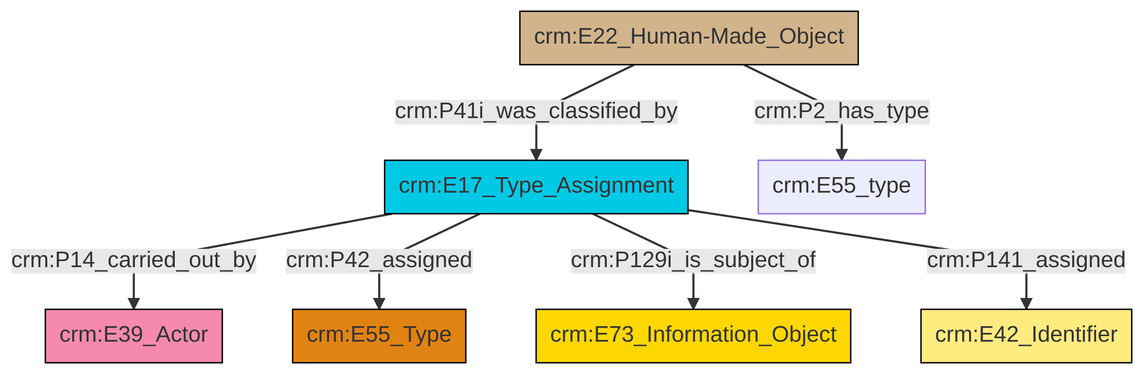
Before: et/builtWorkCSV/ttl/mmd/png/Built_Work_designation_status.png, a diagram exported from Mermaid (swiss-art-research-net/reference-data-models). Its source is kept beside it as et/builtWorkCSV/ttl/mmd/Built_Work_designation_status.ttl.mmd.
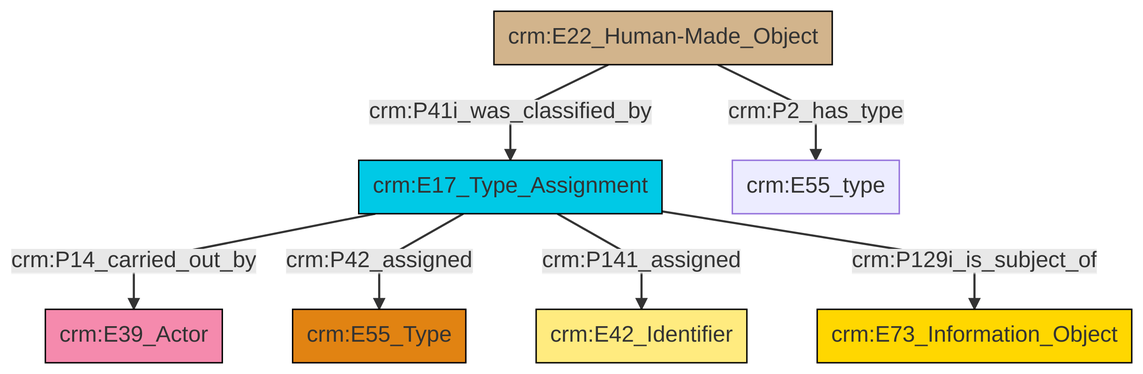
Later version of the same file.

The edit, as a diff of the source:
```diff
@@ -13,9 +13,9 @@
 classDef PC_Classes fill:#4ce600, stroke:#000000;
 classDef Multi fill:#cccccc,stroke:#000000;
 
-0["crm:E17_Type_Assignment"]:::Temporal_Entity -->|crm:P14_carried_out_by| 1["crm:E39_Actor"]:::Actor
-2["crm:E22_Human-Made_Object"]:::Physical_Thing -->|crm:P41i_was_classified_by| 0["crm:E17_Type_Assignment"]:::Temporal_Entity
-2["crm:E22_Human-Made_Object"]:::Physical_Thing -->|crm:P2_has_type| 6["crm:E55_type"]:::Default
-0["crm:E17_Type_Assignment"]:::Temporal_Entity -->|crm:P42_assigned| 4["crm:E55_Type"]:::Type
-0["crm:E17_Type_Assignment"]:::Temporal_Entity -->|crm:P129i_is_subject_of| 9["crm:E73_Information_Object"]:::Conceptual_Object
-0["crm:E17_Type_Assignment"]:::Temporal_Entity -->|crm:P141_assigned| 12["crm:E42_Identifier"]:::Appellation
+4["crm:E17_Type_Assignment"]:::Temporal_Entity -->|crm:P14_carried_out_by| 0["crm:E39_Actor"]:::Actor
+4["crm:E17_Type_Assignment"]:::Temporal_Entity -->|crm:P42_assigned| 5["crm:E55_Type"]:::Type
+11["crm:E22_Human-Made_Object"]:::Physical_Thing -->|crm:P2_has_type| 13["crm:E55_type"]:::Default
+4["crm:E17_Type_Assignment"]:::Temporal_Entity -->|crm:P141_assigned| 9["crm:E42_Identifier"]:::Appellation
+11["crm:E22_Human-Made_Object"]:::Physical_Thing -->|crm:P41i_was_classified_by| 4["crm:E17_Type_Assignment"]:::Temporal_Entity
+4["crm:E17_Type_Assignment"]:::Temporal_Entity -->|crm:P129i_is_subject_of| 2["crm:E73_Information_Object"]:::Conceptual_Object
```
